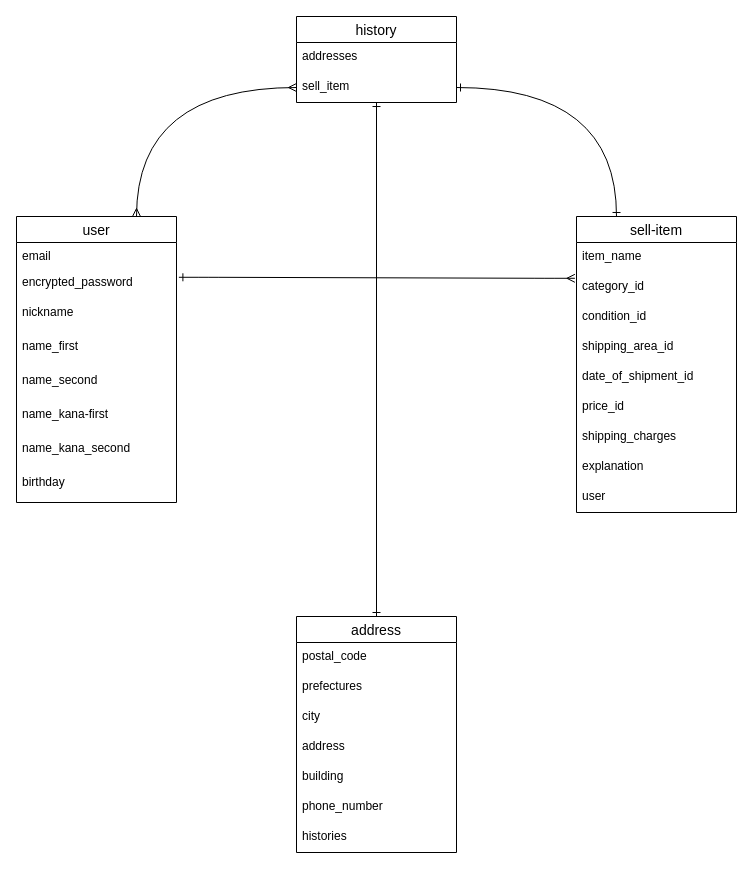
Earlier version of the draw.io diagram hurima.dio (Tsutomu-sasaki1/furima-31549). Source tidied: cells renumbered, new cells numbered last; positions are measured from the earlier drawing's top-left corner, leaving out a move shared by most shapes. Both pictures are drawn from the tidied source at 100%, with x=0, y=0 at pixel (16, 16).
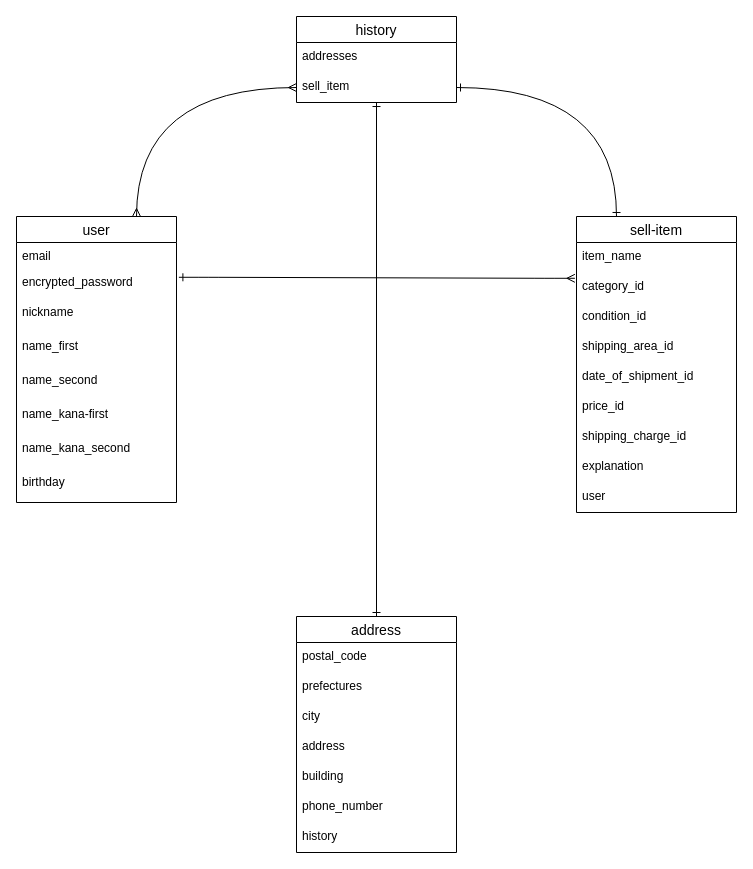
After the change.

Commit message (it also covers changes not shown here):
shipping_chargesを単数系+"_id"に修正

Unchanged cells that the change refers to:
```xml
<mxCell id="13" value="address" style="swimlane;fontStyle=0;horizontal=1;startSize=26;align=center;fontSize=14;" parent="1" vertex="1">
  <mxGeometry x="280" y="600" width="160" height="236" as="geometry" />
</mxCell>
<mxCell id="21" value="sell-item" style="swimlane;fontStyle=0;horizontal=1;startSize=26;align=center;fontSize=14;" parent="1" vertex="1">
  <mxGeometry x="560" y="200" width="160" height="296" as="geometry" />
</mxCell>
```

The edit, as a diff of the source:
```diff
@@
-    <mxCell id="20" value="histories" style="text;strokeColor=none;fillColor=none;spacingLeft=4;spacingRight=4;overflow=hidden;fontSize=12;" parent="13" vertex="1">
+    <mxCell id="20" value="history" style="text;strokeColor=none;fillColor=none;spacingLeft=4;spacingRight=4;overflow=hidden;fontSize=12;" parent="13" vertex="1">
       <mxGeometry y="206" width="160" height="30" as="geometry" />
     </mxCell>
@@
-    <mxCell id="28" value="shipping_charges" style="text;strokeColor=none;fillColor=none;spacingLeft=4;spacingRight=4;overflow=hidden;fontSize=12;" parent="21" vertex="1">
+    <mxCell id="28" value="shipping_charge_id" style="text;strokeColor=none;fillColor=none;spacingLeft=4;spacingRight=4;overflow=hidden;fontSize=12;" parent="21" vertex="1">
       <mxGeometry y="206" width="160" height="30" as="geometry" />
     </mxCell>
```
